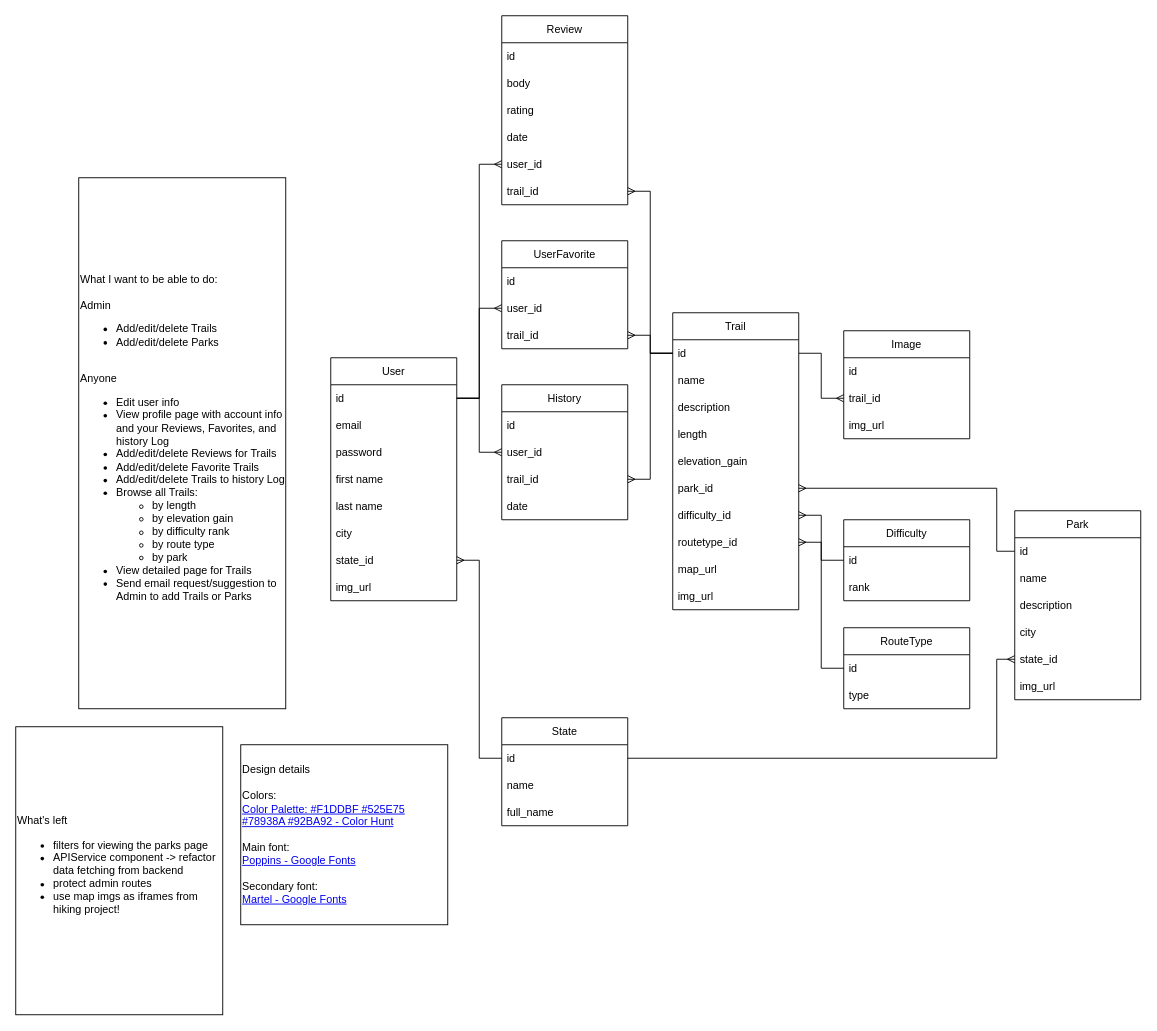
Above: planning/HikingVentures Brainstorming.drawio in gdbecker/HikingVentures (draw.io), before the change. Source tidied: cells renumbered, new cells numbered last; positions are measured from the earlier drawing's top-left corner, leaving out a move shared by most shapes. Both pictures are drawn from the tidied source at 90%, with x=0, y=0 at pixel (15, 15).
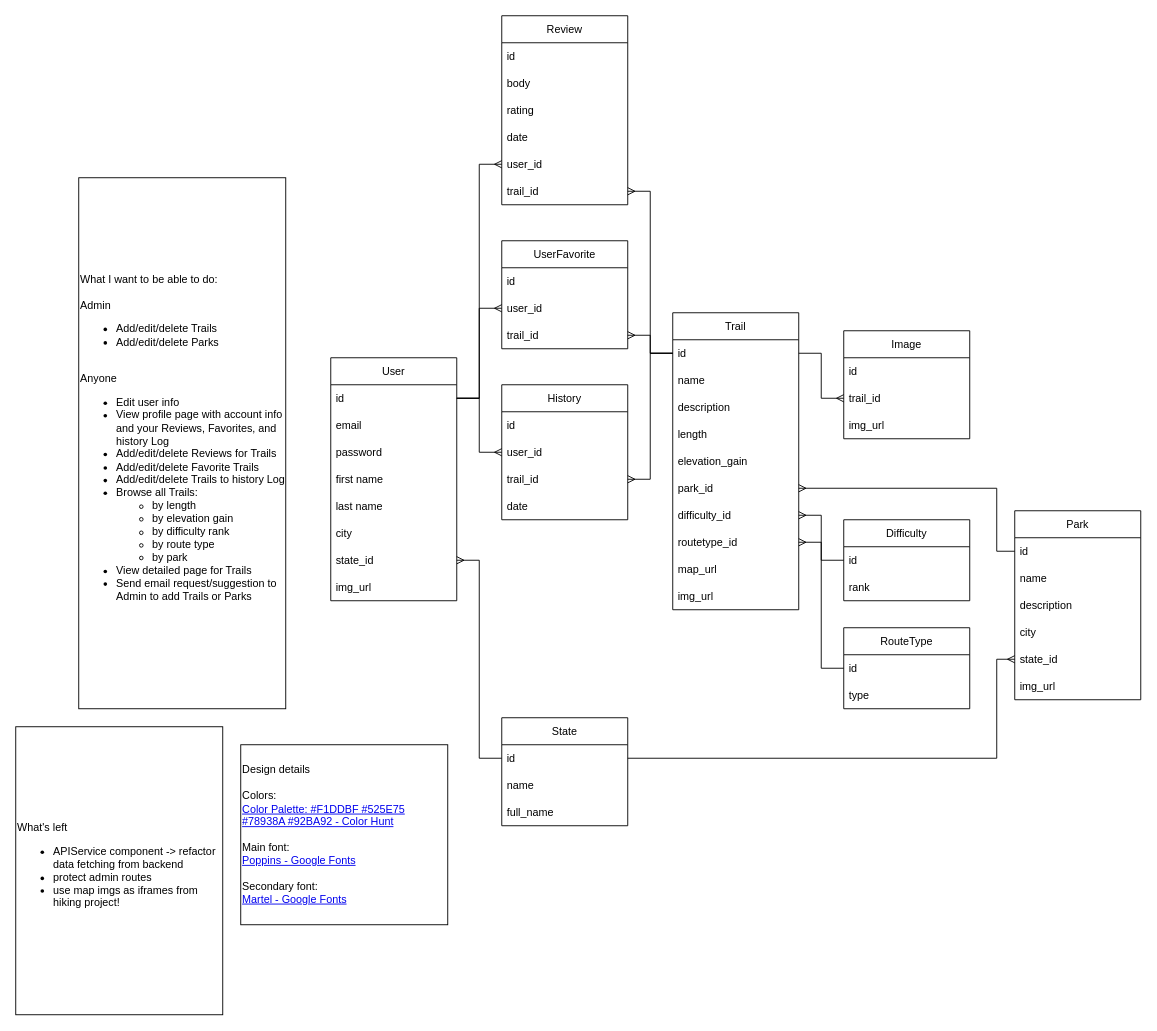
The same diagram, later.

The edit, as a diff of the source:
```diff
@@
-    <mxCell id="73" value="What's left&lt;br&gt;&lt;ul&gt;&lt;li&gt;filters for viewing the parks page&lt;/li&gt;&lt;li&gt;APIService component -&amp;gt; refactor data fetching from backend&lt;/li&gt;&lt;li&gt;protect admin routes&lt;/li&gt;&lt;li&gt;use map imgs as iframes from hiking project!&lt;/li&gt;&lt;/ul&gt;" style="rounded=0;whiteSpace=wrap;html=1;align=left;" parent="1" vertex="1">
+    <mxCell id="73" value="What's left&lt;br&gt;&lt;ul&gt;&lt;li&gt;APIService component -&amp;gt; refactor data fetching from backend&lt;/li&gt;&lt;li&gt;protect admin routes&lt;/li&gt;&lt;li&gt;use map imgs as iframes from hiking project!&lt;/li&gt;&lt;/ul&gt;" style="rounded=0;whiteSpace=wrap;html=1;align=left;" parent="1" vertex="1">
       <mxGeometry y="790" width="230" height="320" as="geometry" />
     </mxCell>
```
